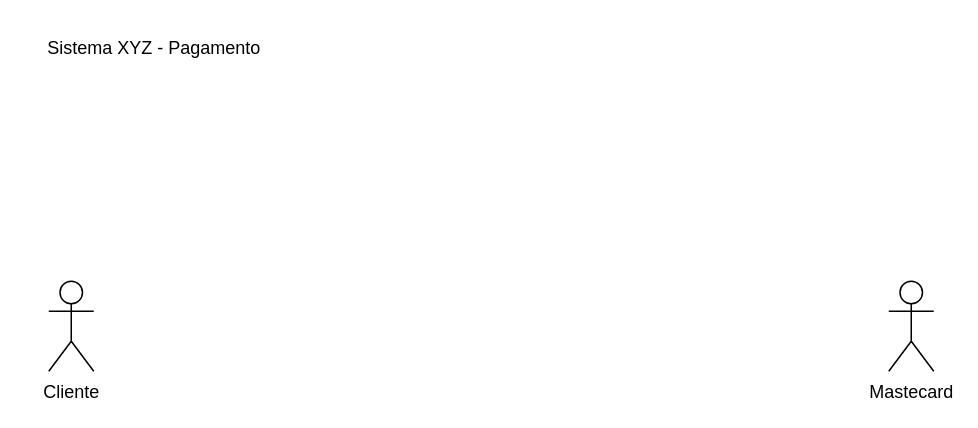
Before: Diagrama sem nome.drawio in ZardsMK/DrawIO, a draw.io diagram. Source tidied: cells renumbered, new cells numbered last; positions are measured from the earlier drawing's top-left corner, leaving out a move shared by most shapes. Both pictures are drawn from the tidied source at 150%, with x=0, y=0 at pixel (26, 26).
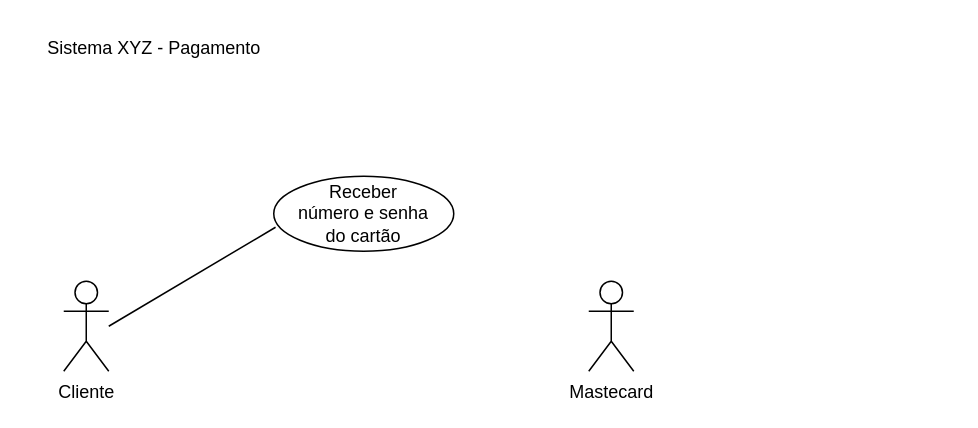
The same page after the edit.

What changed in the source:
```diff
@@
 <mxGraphModel>
   <root>
     <mxCell id="0" />
     <mxCell id="1" parent="0" />
     <mxCell id="2" value="Sistema XYZ - Pagamento" style="text;html=1;align=center;verticalAlign=middle;strokeColor=none;fillColor=none;" parent="1" vertex="1">
       <mxGeometry width="170" height="30" as="geometry" />
     </mxCell>
     <mxCell id="3" value="Cliente" style="shape=umlActor;verticalLabelPosition=bottom;verticalAlign=top;html=1;" parent="1" vertex="1">
-      <mxGeometry x="15" y="170" width="30" height="60" as="geometry" />
+      <mxGeometry x="25" y="170" width="30" height="60" as="geometry" />
     </mxCell>
     <mxCell id="4" value="Mastecard" style="shape=umlActor;verticalLabelPosition=bottom;verticalAlign=top;html=1;" parent="1" vertex="1">
-      <mxGeometry x="575" y="170" width="30" height="60" as="geometry" />
+      <mxGeometry x="375" y="170" width="30" height="60" as="geometry" />
     </mxCell>
+    <mxCell id="5" style="endArrow=none;html=1;rounded=0;startArrow=none;startFill=0;endFill=1;entryX=0.01;entryY=0.68;entryDx=0;entryDy=0;entryPerimeter=0;" parent="1" edge="1" target="6">
+      <mxGeometry relative="1" as="geometry">
+        <mxPoint x="55" y="200" as="sourcePoint" />
+      </mxGeometry>
+    </mxCell>
+    <mxCell id="6" value="Receber&lt;div&gt;número e senha&lt;/div&gt;&lt;div&gt;do cartão&lt;/div&gt;" style="ellipse;whiteSpace=wrap;html=1;" parent="1" vertex="1">
+      <mxGeometry x="165" y="100" width="120" height="50" as="geometry" />
+    </mxCell>
   </root>
 </mxGraphModel>
```
